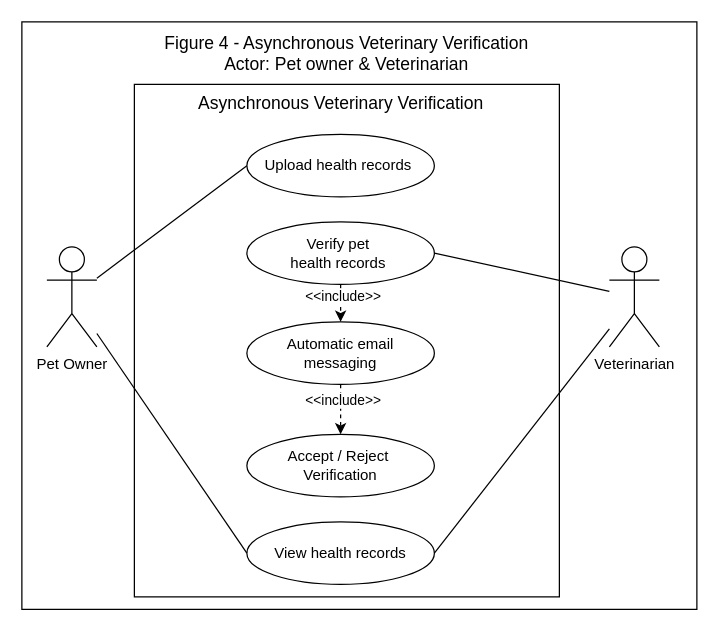
Earlier version of the draw.io diagram page "Fig-4" (4 of 10) of USE-CASE_Diagram_Franco.drawio (Chels013/Breedr-Diagrams). Source tidied: cells renumbered, new cells numbered last; positions are measured from the earlier drawing's top-left corner, leaving out a move shared by most shapes. Both pictures are drawn from the tidied source at 125%, with x=0, y=0 at pixel (21, 21).
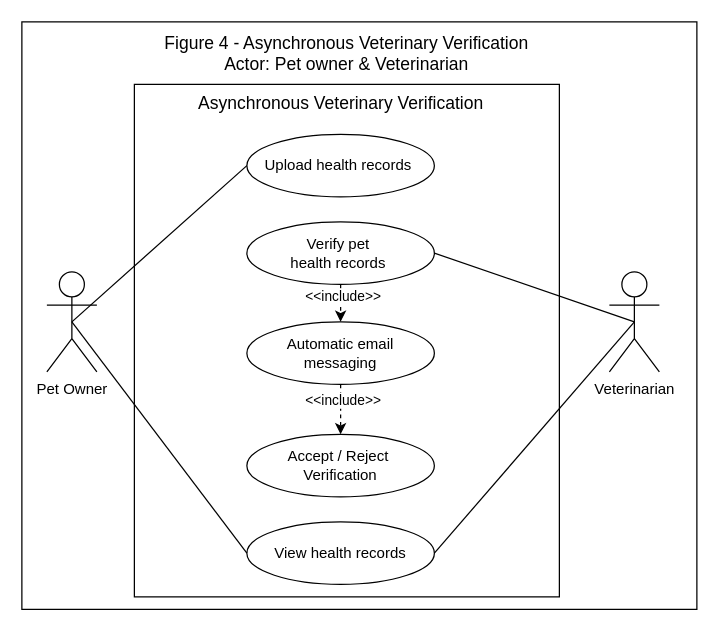
Above is the later version.

Unchanged cells that the change refers to:
```xml
<mxCell id="6" value="Upload health records&amp;nbsp;" style="ellipse;whiteSpace=wrap;html=1;rounded=0;align=center;verticalAlign=middle;fontFamily=Helvetica;fontSize=12;fontColor=default;fillColor=none;gradientColor=none;" parent="1" vertex="1">
  <mxGeometry x="180" y="90" width="150" height="50" as="geometry" />
</mxCell>
<mxCell id="7" value="View health records" style="ellipse;whiteSpace=wrap;html=1;rounded=0;align=center;verticalAlign=middle;fontFamily=Helvetica;fontSize=12;fontColor=default;fillColor=none;gradientColor=none;" parent="1" vertex="1">
  <mxGeometry x="180" y="400" width="150" height="50" as="geometry" />
</mxCell>
<mxCell id="18" value="Verify pet&amp;nbsp;&lt;div&gt;health records&amp;nbsp;&lt;/div&gt;" style="ellipse;whiteSpace=wrap;html=1;rounded=0;align=center;verticalAlign=middle;fontFamily=Helvetica;fontSize=12;fontColor=default;fillColor=none;gradientColor=none;" parent="1" vertex="1">
  <mxGeometry x="180" y="160" width="150" height="50" as="geometry" />
</mxCell>
```

Change to the diagram source:
```diff
@@
     <mxCell id="4" value="Pet Owner" style="shape=umlActor;verticalLabelPosition=bottom;verticalAlign=top;html=1;outlineConnect=0;rounded=0;align=center;fontFamily=Helvetica;fontSize=12;fontColor=default;fillColor=none;gradientColor=none;" parent="1" vertex="1">
-      <mxGeometry x="20" y="180" width="40" height="80" as="geometry" />
+      <mxGeometry x="20" y="200" width="40" height="80" as="geometry" />
     </mxCell>
@@
-    <mxCell id="9" style="endArrow=none;html=1;fontFamily=Helvetica;fontSize=12;fontColor=default;entryX=0;entryY=0.5;entryDx=0;entryDy=0;" parent="1" edge="1" source="4" target="7">
+    <mxCell id="9" style="endArrow=none;html=1;fontFamily=Helvetica;fontSize=12;fontColor=default;entryX=0;entryY=0.5;entryDx=0;entryDy=0;exitX=0.5;exitY=0.5;exitDx=0;exitDy=0;exitPerimeter=0;" parent="1" edge="1" source="4" target="7">
       <mxGeometry relative="1" as="geometry" />
     </mxCell>
-    <mxCell id="10" style="endArrow=none;html=1;fontFamily=Helvetica;fontSize=12;fontColor=default;entryX=0;entryY=0.5;entryDx=0;entryDy=0;" parent="1" edge="1" source="4" target="6">
+    <mxCell id="10" style="endArrow=none;html=1;fontFamily=Helvetica;fontSize=12;fontColor=default;entryX=0;entryY=0.5;entryDx=0;entryDy=0;exitX=0.5;exitY=0.5;exitDx=0;exitDy=0;exitPerimeter=0;" parent="1" edge="1" source="4" target="6">
       <mxGeometry relative="1" as="geometry" />
     </mxCell>
@@
     <mxCell id="12" value="Veterinarian" style="shape=umlActor;verticalLabelPosition=bottom;verticalAlign=top;html=1;outlineConnect=0;rounded=0;align=center;fontFamily=Helvetica;fontSize=12;fontColor=default;fillColor=none;gradientColor=none;" parent="1" vertex="1">
-      <mxGeometry x="470" y="180" width="40" height="80" as="geometry" />
+      <mxGeometry x="470" y="200" width="40" height="80" as="geometry" />
     </mxCell>
-    <mxCell id="13" style="endArrow=none;html=1;fontFamily=Helvetica;fontSize=12;fontColor=default;exitX=1;exitY=0.5;exitDx=0;exitDy=0;" parent="1" edge="1" source="7" target="12">
-      <mxGeometry relative="1" as="geometry" />
-    </mxCell>
@@
-    <mxCell id="17" style="endArrow=none;html=1;fontFamily=Helvetica;fontSize=12;fontColor=default;exitX=1;exitY=0.5;exitDx=0;exitDy=0;" parent="1" edge="1" source="18" target="12">
-      <mxGeometry relative="1" as="geometry" />
-    </mxCell>
@@
+    <mxCell id="17" style="endArrow=none;html=1;fontFamily=Helvetica;fontSize=12;fontColor=default;entryX=0.5;entryY=0.5;entryDx=0;entryDy=0;exitX=1;exitY=0.5;exitDx=0;exitDy=0;entryPerimeter=0;" parent="1" edge="1" source="18" target="12">
+      <mxGeometry relative="1" as="geometry" />
+    </mxCell>
+    <mxCell id="13" style="endArrow=none;html=1;fontFamily=Helvetica;fontSize=12;fontColor=default;entryX=0.5;entryY=0.5;entryDx=0;entryDy=0;exitX=1;exitY=0.5;exitDx=0;exitDy=0;entryPerimeter=0;" parent="1" edge="1" source="7" target="12">
+      <mxGeometry relative="1" as="geometry" />
+    </mxCell>
```
